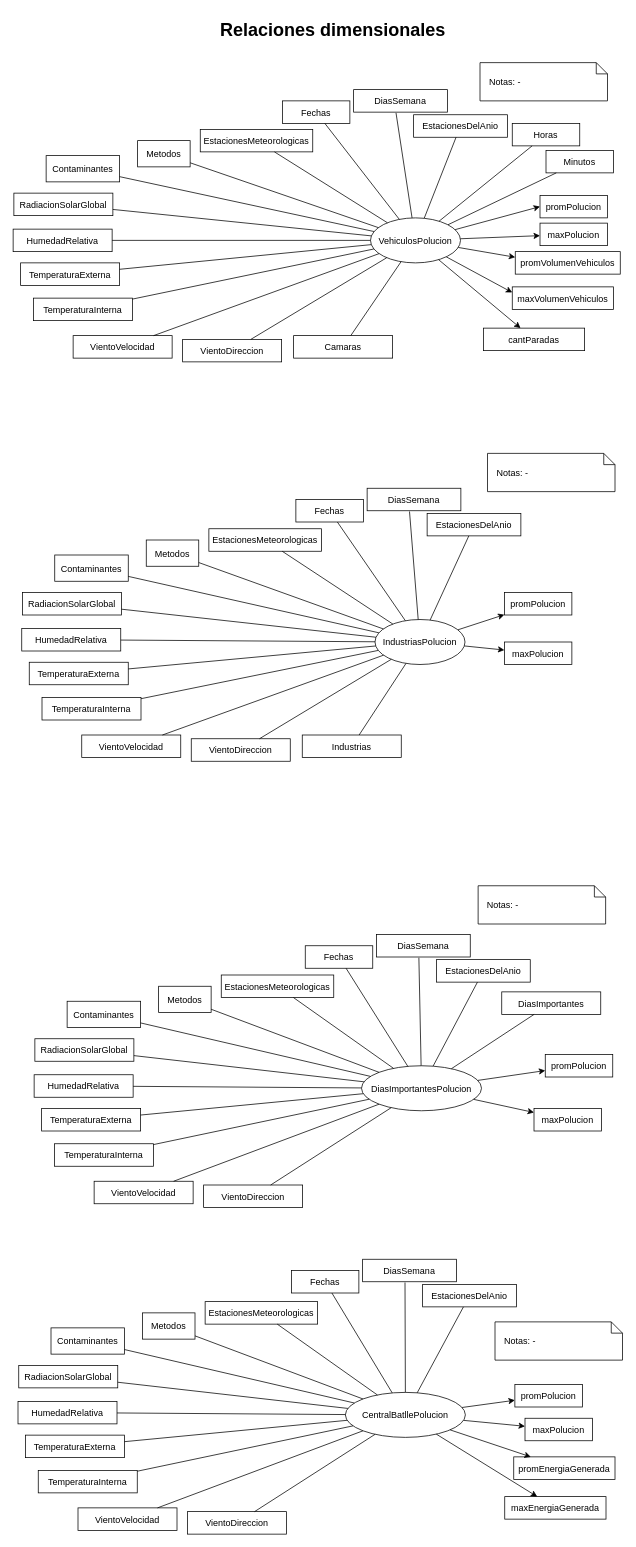
The draw.io diagram 2. Diseño conceptual/Relaciones dimensionales.drawio.xml in gonzalomelov/dw-calidad-aire-docs, before the edit. Source tidied: cells renumbered, new cells numbered last; positions are measured from the earlier drawing's top-left corner, leaving out a move shared by most shapes. Both pictures are drawn from the tidied source at 75%, with x=0, y=0 at pixel (13, 13).
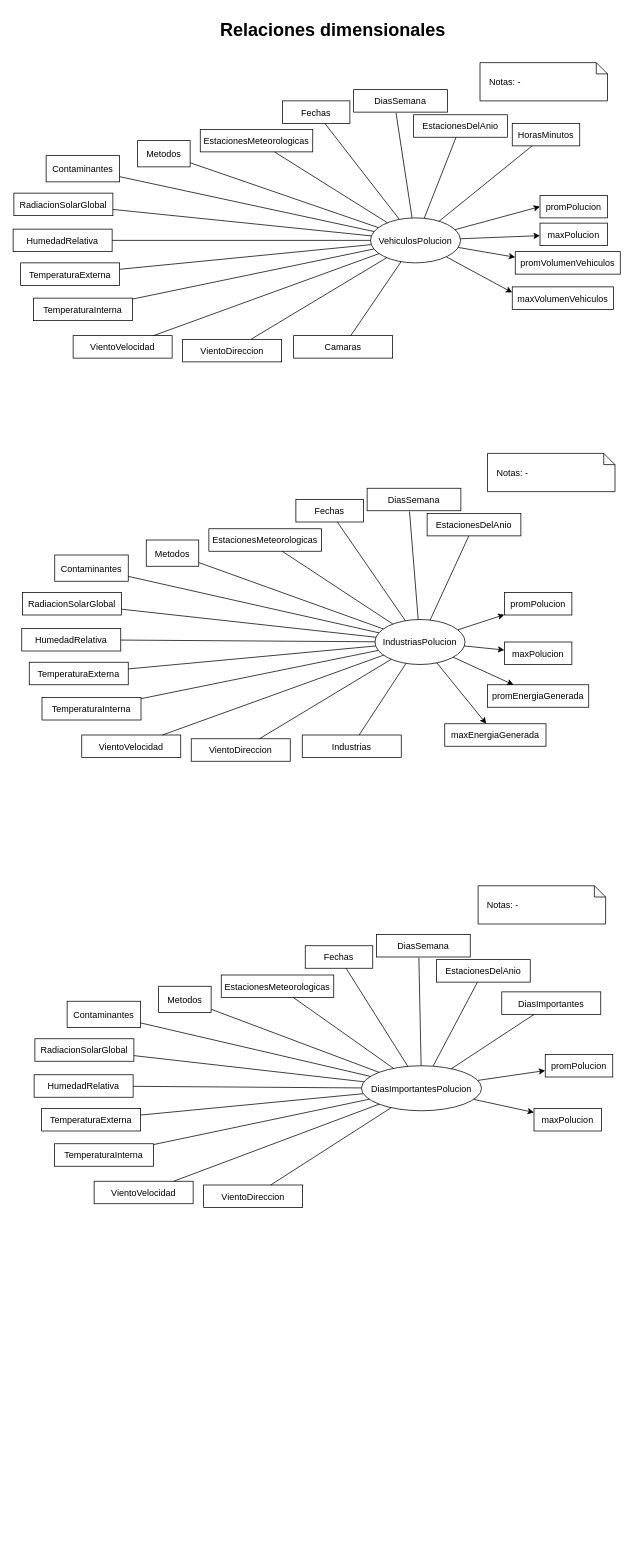
The same diagram, later.

Commit message (it also covers changes not shown here):
Update conceptual design diagramas

The change refers to these unchanged cells:
```xml
<mxCell id="9" value="IndustriasPolucion" style="ellipse;" parent="1" vertex="1">
  <mxGeometry x="482.5" y="808.5" width="120" height="60" as="geometry" />
</mxCell>
<mxCell id="41" value="VehiculosPolucion" style="ellipse;" parent="1" vertex="1">
  <mxGeometry x="476.5" y="273" width="120" height="60" as="geometry" />
</mxCell>
```

What changed in the source:
```diff
@@
-    <mxCell id="17" value="Horas" parent="1" vertex="1">
+    <mxCell id="17" value="HorasMinutos" parent="1" vertex="1">
       <mxGeometry x="665.5" y="147" width="90" height="30" as="geometry" />
     </mxCell>
-    <mxCell id="18" value="Minutos" parent="1" vertex="1">
-      <mxGeometry x="710.5" y="183" width="90" height="30" as="geometry" />
-    </mxCell>
@@
-    <mxCell id="62" style="edgeStyle=none;endArrow=none;" parent="1" edge="1" source="41" target="18">
-      <mxGeometry relative="1" as="geometry" />
-    </mxCell>
@@
-    <mxCell id="86" value="EstacionesMeteorologicas" parent="1" vertex="1">
-      <mxGeometry x="256" y="1718" width="150" height="30" as="geometry" />
-    </mxCell>
-    <mxCell id="87" value="Metodos" parent="1" vertex="1">
-      <mxGeometry x="172.5" y="1733" width="70" height="35" as="geometry" />
-    </mxCell>
-    <mxCell id="88" value="promPolucion" parent="1" vertex="1">
-      <mxGeometry x="669" y="1828.5" width="90" height="30" as="geometry" />
-    </mxCell>
-    <mxCell id="89" value="CentralBatllePolucion" style="ellipse;" parent="1" vertex="1">
-      <mxGeometry x="443" y="1839" width="160" height="60" as="geometry" />
-    </mxCell>
-    <mxCell id="90" style="edgeStyle=none;endArrow=none;" parent="1" edge="1" source="89" target="86">
-      <mxGeometry relative="1" as="geometry" />
-    </mxCell>
-    <mxCell id="91" style="edgeStyle=none;endArrow=none;" parent="1" edge="1" source="89" target="87">
-      <mxGeometry relative="1" as="geometry" />
-    </mxCell>
-    <mxCell id="92" style="edgeStyle=none;" parent="1" edge="1" source="89" target="88">
-      <mxGeometry relative="1" as="geometry" />
-    </mxCell>
-    <mxCell id="93" value="Contaminantes" parent="1" vertex="1">
-      <mxGeometry x="50.5" y="1753" width="98" height="35" as="geometry" />
-    </mxCell>
-    <mxCell id="94" style="edgeStyle=none;endArrow=none;" parent="1" edge="1" source="89" target="93">
-      <mxGeometry relative="1" as="geometry" />
-    </mxCell>
-    <mxCell id="95" value="&lt;div&gt;Notas: -&lt;/div&gt;" style="shape=note;size=15;align=left;spacingLeft=10;html=1;whiteSpace=wrap;" parent="1" vertex="1">
-      <mxGeometry x="642.5" y="1745" width="170" height="51" as="geometry" />
-    </mxCell>
-    <mxCell id="96" value="RadiacionSolarGlobal" parent="1" vertex="1">
-      <mxGeometry x="7.5" y="1803" width="132" height="30" as="geometry" />
-    </mxCell>
-    <mxCell id="97" value="HumedadRelativa" parent="1" vertex="1">
-      <mxGeometry x="6.5" y="1851" width="132" height="30" as="geometry" />
-    </mxCell>
-    <mxCell id="98" value="TemperaturaExterna" parent="1" vertex="1">
-      <mxGeometry x="16.5" y="1896" width="132" height="30" as="geometry" />
-    </mxCell>
-    <mxCell id="99" value="TemperaturaInterna" parent="1" vertex="1">
-      <mxGeometry x="33.5" y="1943" width="132" height="30" as="geometry" />
-    </mxCell>
-    <mxCell id="100" style="edgeStyle=none;endArrow=none;" parent="1" edge="1" source="89" target="96">
-      <mxGeometry relative="1" as="geometry" />
-    </mxCell>
-    <mxCell id="101" style="edgeStyle=none;endArrow=none;" parent="1" edge="1" source="89" target="97">
-      <mxGeometry relative="1" as="geometry" />
-    </mxCell>
-    <mxCell id="102" style="edgeStyle=none;endArrow=none;" parent="1" edge="1" source="89" target="98">
-      <mxGeometry relative="1" as="geometry" />
-    </mxCell>
-    <mxCell id="103" style="edgeStyle=none;endArrow=none;" parent="1" edge="1" source="89" target="99">
-      <mxGeometry relative="1" as="geometry" />
-    </mxCell>
-    <mxCell id="104" value="VientoDireccion" parent="1" vertex="1">
-      <mxGeometry x="232.5" y="1998" width="132" height="30" as="geometry" />
-    </mxCell>
-    <mxCell id="105" value="VientoVelocidad" parent="1" vertex="1">
-      <mxGeometry x="86.5" y="1993" width="132" height="30" as="geometry" />
-    </mxCell>
-    <mxCell id="106" style="edgeStyle=none;endArrow=none;" parent="1" edge="1" source="89" target="105">
-      <mxGeometry relative="1" as="geometry" />
-    </mxCell>
-    <mxCell id="107" style="edgeStyle=none;endArrow=none;" parent="1" edge="1" source="89" target="104">
-      <mxGeometry relative="1" as="geometry" />
-    </mxCell>
     <mxCell id="108" value="promEnergiaGenerada" parent="1" vertex="1">
-      <mxGeometry x="667.5" y="1925" width="135" height="30" as="geometry" />
+      <mxGeometry x="632.5" y="895.5" width="135" height="30" as="geometry" />
     </mxCell>
-    <mxCell id="109" style="edgeStyle=none;" parent="1" edge="1" source="89" target="108">
-      <mxGeometry relative="1" as="geometry" />
-    </mxCell>
@@
-    <mxCell id="114" value="maxPolucion" parent="1" vertex="1">
-      <mxGeometry x="682.5" y="1873.5" width="90" height="30" as="geometry" />
-    </mxCell>
     <mxCell id="115" value="maxEnergiaGenerada" parent="1" vertex="1">
-      <mxGeometry x="655.5" y="1978" width="135" height="30" as="geometry" />
+      <mxGeometry x="575.5" y="947.5" width="135" height="30" as="geometry" />
     </mxCell>
-    <mxCell id="116" style="edgeStyle=none;" parent="1" edge="1" source="89" target="115">
-      <mxGeometry relative="1" as="geometry" />
-    </mxCell>
-    <mxCell id="117" style="edgeStyle=none;" parent="1" edge="1" source="89" target="114">
-      <mxGeometry relative="1" as="geometry" />
-    </mxCell>
@@
-    <mxCell id="120" value="cantParadas" parent="1" vertex="1">
-      <mxGeometry x="627" y="420" width="135" height="30" as="geometry" />
-    </mxCell>
-    <mxCell id="121" style="edgeStyle=none;" parent="1" edge="1" source="41" target="120">
-      <mxGeometry relative="1" as="geometry" />
-    </mxCell>
@@
-    <mxCell id="136" value="Fechas" parent="1" vertex="1">
-      <mxGeometry x="371" y="1676.5" width="90" height="30" as="geometry" />
-    </mxCell>
-    <mxCell id="137" style="edgeStyle=none;endArrow=none;" parent="1" edge="1" source="89" target="136">
-      <mxGeometry relative="1" as="geometry" />
-    </mxCell>
-    <mxCell id="138" value="EstacionesDelAnio" parent="1" vertex="1">
-      <mxGeometry x="546" y="1695" width="125" height="30" as="geometry" />
-    </mxCell>
-    <mxCell id="139" style="edgeStyle=none;endArrow=none;" parent="1" edge="1" source="89" target="138">
-      <mxGeometry relative="1" as="geometry" />
-    </mxCell>
-    <mxCell id="140" value="DiasSemana" parent="1" vertex="1">
-      <mxGeometry x="466" y="1661.5" width="125" height="30" as="geometry" />
-    </mxCell>
-    <mxCell id="141" style="edgeStyle=none;endArrow=none;entryX=0.452;entryY=1.033;entryPerimeter=0;" parent="1" edge="1" source="89" target="140">
-      <mxGeometry relative="1" as="geometry" />
-    </mxCell>
@@
+    <mxCell id="143" style="edgeStyle=none;" parent="1" edge="1" source="9" target="108">
+      <mxGeometry relative="1" as="geometry" />
+    </mxCell>
+    <mxCell id="144" style="edgeStyle=none;" parent="1" edge="1" source="9" target="115">
+      <mxGeometry relative="1" as="geometry" />
+    </mxCell>
```
